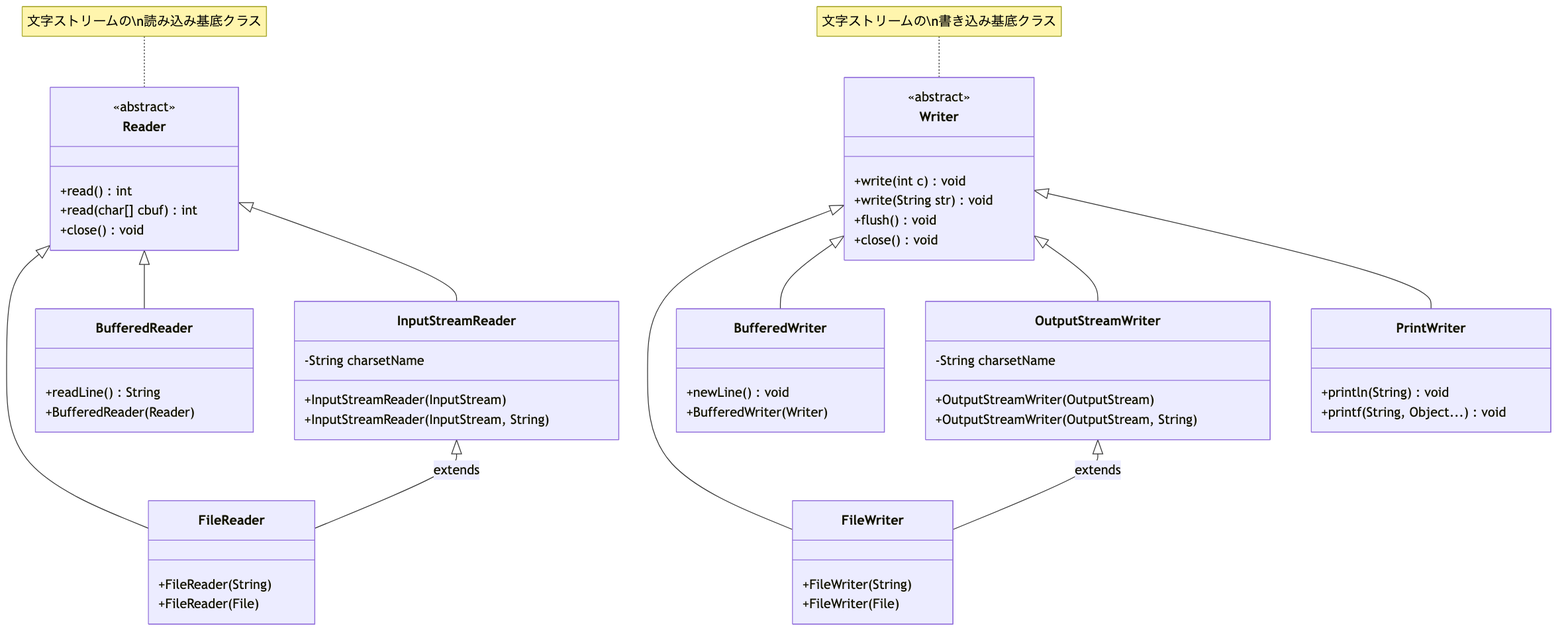
This is manuscripts/images/diagrams/chapter14-char-stream-hierarchy.png from Nagatani/techbook-java-primer, a Mermaid export, as it was before one commit. Its source is kept beside it as docs/diagrams/chapter14-char-stream-hierarchy.mmd. Its diagram source:
```mermaid
classDiagram
    class Reader {
        <<abstract>>
        +read() int
        +read(char[] cbuf) int
        +close() void
    }

    class FileReader {
        +FileReader(String)
        +FileReader(File)
    }

    class BufferedReader {
        +readLine() String
        +BufferedReader(Reader)
    }

    class InputStreamReader {
        -String charsetName
        +InputStreamReader(InputStream)
        +InputStreamReader(InputStream, String)
    }

    class Writer {
        <<abstract>>
        +write(int c) void
        +write(String str) void
        +flush() void
        +close() void
    }

    class FileWriter {
        +FileWriter(String)
        +FileWriter(File)
    }

    class BufferedWriter {
        +newLine() void
        +BufferedWriter(Writer)
    }

    class OutputStreamWriter {
        -String charsetName
        +OutputStreamWriter(OutputStream)
        +OutputStreamWriter(OutputStream, String)
    }

    class PrintWriter {
        +println(String) void
        +printf(String, Object...) void
    }

    Reader <|-- FileReader
    Reader <|-- BufferedReader
    Reader <|-- InputStreamReader

    Writer <|-- FileWriter
    Writer <|-- BufferedWriter
    Writer <|-- OutputStreamWriter
    Writer <|-- PrintWriter

    InputStreamReader <|-- FileReader : extends
    OutputStreamWriter <|-- FileWriter : extends

    note for Reader "文字ストリームの\n読み込み基底クラス"
    note for Writer "文字ストリームの\n書き込み基底クラス"
```
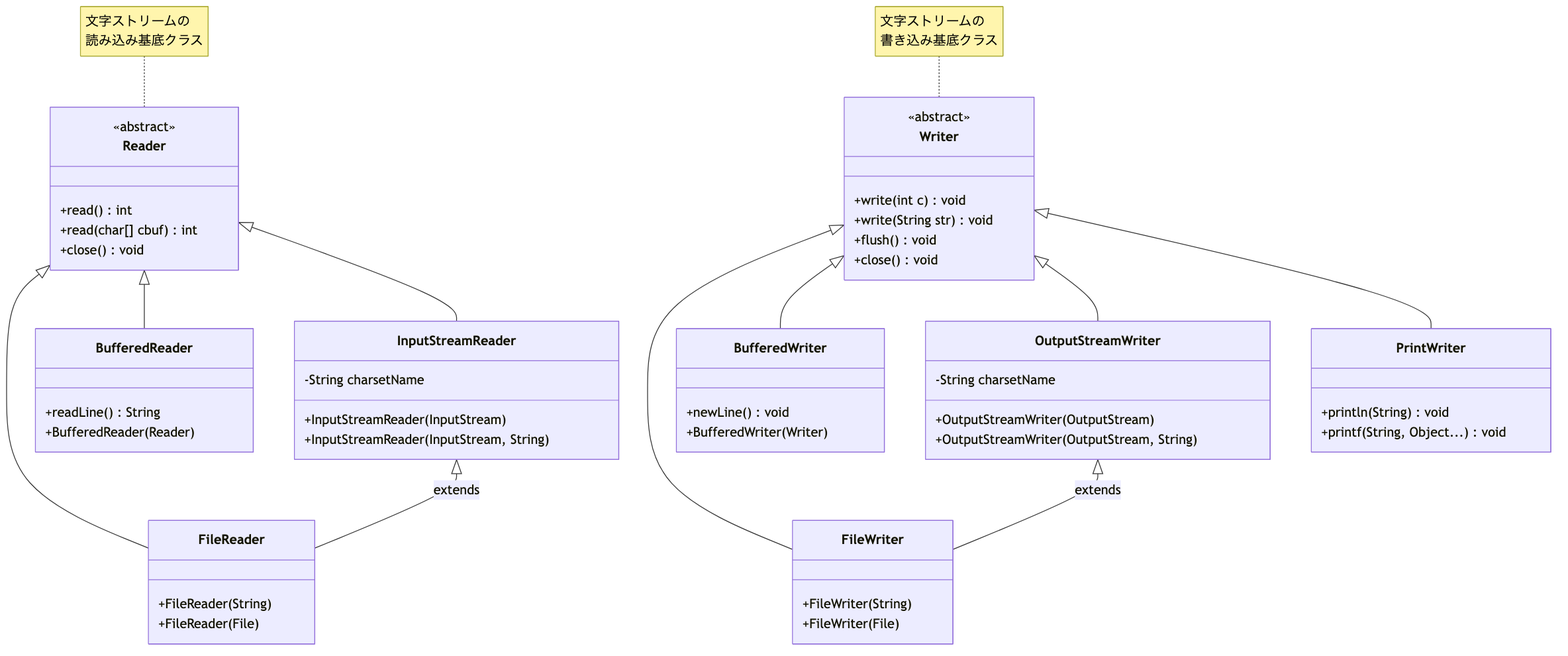
Above is the later version.

What changed in the source:
```diff
@@ -63,5 +63,5 @@
     InputStreamReader <|-- FileReader : extends
     OutputStreamWriter <|-- FileWriter : extends
 
-    note for Reader "文字ストリームの\n読み込み基底クラス"
-    note for Writer "文字ストリームの\n書き込み基底クラス"
+    note for Reader "文字ストリームの<br/>読み込み基底クラス"
+    note for Writer "文字ストリームの<br/>書き込み基底クラス"
```
